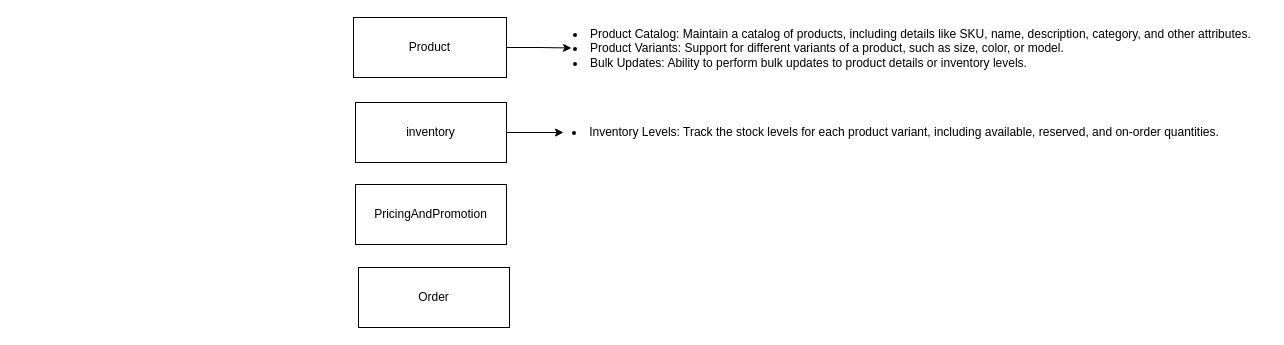
Earlier version of the draw.io diagram page "Module Desc" (3 of 5) of docs/arb.drawio (khinemyaezin/grab). Source tidied: cells renumbered, new cells numbered last; positions are measured from the earlier drawing's top-left corner, leaving out a move shared by most shapes. Both pictures are drawn from the tidied source at 100%, with x=0, y=0 at pixel (353, 17).
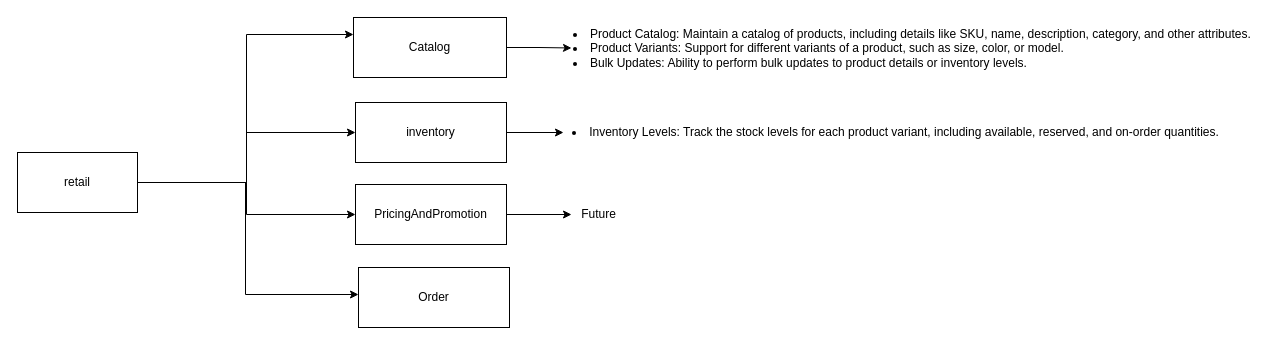
Above is the later version.

The change refers to these unchanged cells:
```xml
<mxCell id="3" value="inventory" style="rounded=0;whiteSpace=wrap;html=1;" parent="1" vertex="1">
  <mxGeometry x="2" y="85" width="151" height="60" as="geometry" />
</mxCell>
```

Change to the diagram source:
```diff
@@
-    <mxCell id="4" value="Order" style="whiteSpace=wrap;html=1;" parent="1" vertex="1">
+    <mxCell id="4" value="Order" style="whiteSpace=wrap;html=1;fillColor=none;" parent="1" vertex="1">
       <mxGeometry x="5" y="250" width="151" height="60" as="geometry" />
     </mxCell>
@@
-    <mxCell id="6" value="Product" style="whiteSpace=wrap;html=1;" parent="1" vertex="1">
+    <mxCell id="6" value="Catalog" style="whiteSpace=wrap;html=1;" parent="1" vertex="1">
       <mxGeometry width="153" height="60" as="geometry" />
     </mxCell>
@@
+    <mxCell id="10" style="edgeStyle=orthogonalEdgeStyle;rounded=0;jettySize=auto;html=1;fillColor=none;" parent="1" edge="1" source="8" target="11">
+      <mxGeometry relative="1" as="geometry" />
+    </mxCell>
-    <mxCell id="8" value="PricingAndPromotion" style="rounded=0;whiteSpace=wrap;html=1;" parent="1" vertex="1">
+    <mxCell id="8" value="PricingAndPromotion" style="rounded=0;whiteSpace=wrap;html=1;fillColor=none;" parent="1" vertex="1">
       <mxGeometry x="2" y="167" width="151" height="60" as="geometry" />
     </mxCell>
@@
+    <mxCell id="11" value="Future" style="text;html=1;align=center;verticalAlign=middle;points=[];fillColor=none;" parent="1" vertex="1">
+      <mxGeometry x="218" y="184" width="53" height="26" as="geometry" />
+    </mxCell>
+    <mxCell id="12" style="edgeStyle=orthogonalEdgeStyle;rounded=0;jettySize=auto;html=1;" parent="1" edge="1" source="16">
+      <mxGeometry relative="1" as="geometry">
+        <mxPoint y="17" as="targetPoint" />
+        <Array as="points">
+          <mxPoint x="-107" y="165" />
+          <mxPoint x="-107" y="17" />
+        </Array>
+      </mxGeometry>
+    </mxCell>
+    <mxCell id="13" style="edgeStyle=orthogonalEdgeStyle;rounded=0;jettySize=auto;html=1;" parent="1" edge="1" source="16" target="3">
+      <mxGeometry relative="1" as="geometry" />
+    </mxCell>
+    <mxCell id="14" style="edgeStyle=orthogonalEdgeStyle;rounded=0;jettySize=auto;html=1;" parent="1" edge="1" source="16" target="8">
+      <mxGeometry relative="1" as="geometry" />
+    </mxCell>
+    <mxCell id="15" style="edgeStyle=orthogonalEdgeStyle;rounded=0;jettySize=auto;html=1;" parent="1" edge="1" source="16" target="4">
+      <mxGeometry relative="1" as="geometry">
+        <Array as="points">
+          <mxPoint x="-108" y="165" />
+          <mxPoint x="-108" y="277" />
+        </Array>
+      </mxGeometry>
+    </mxCell>
+    <mxCell id="16" value="retail" style="whiteSpace=wrap;html=1;" parent="1" vertex="1">
+      <mxGeometry x="-336" y="135" width="120" height="60" as="geometry" />
+    </mxCell>
```
